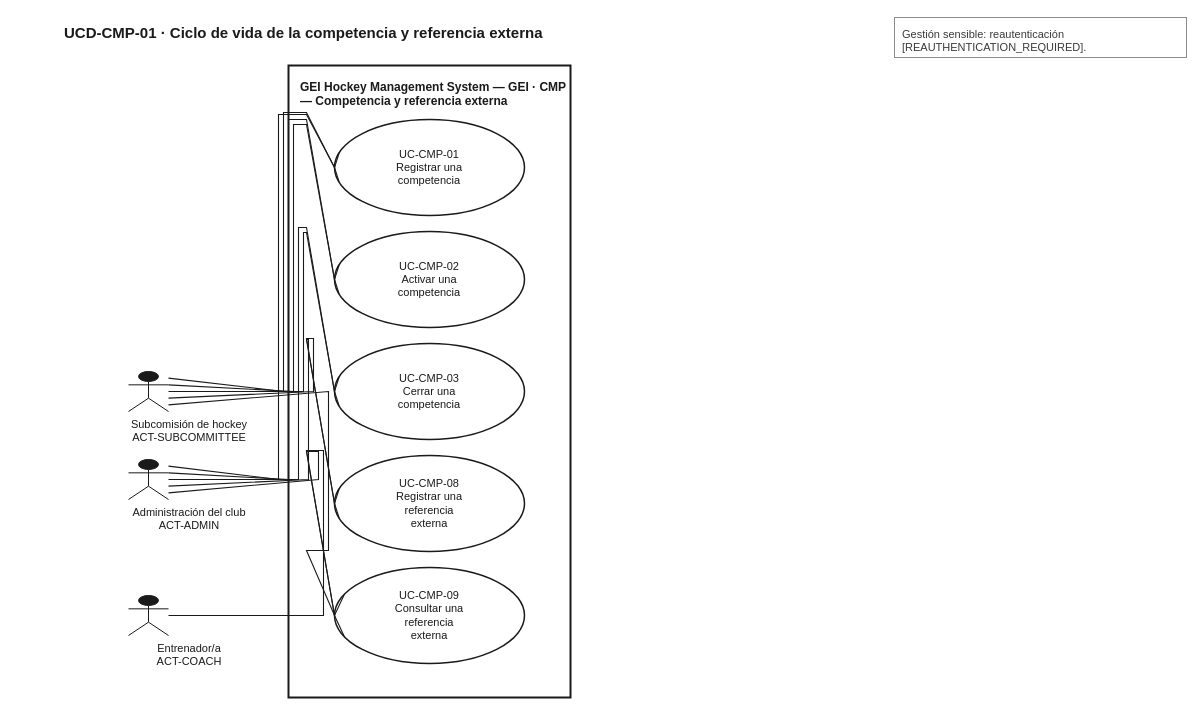
The draw.io diagram docs/uml/use-cases/source-v1_1/UCD-CMP-01__GEI_Competition_Lifecycle.drawio in xeyroxpagode/Cluber, before the edit. Source tidied: cells renumbered, new cells numbered last; positions are measured from the earlier drawing's top-left corner, leaving out a move shared by most shapes. Both pictures are drawn from the tidied source at 100%, with x=0, y=0 at pixel (62, 17).
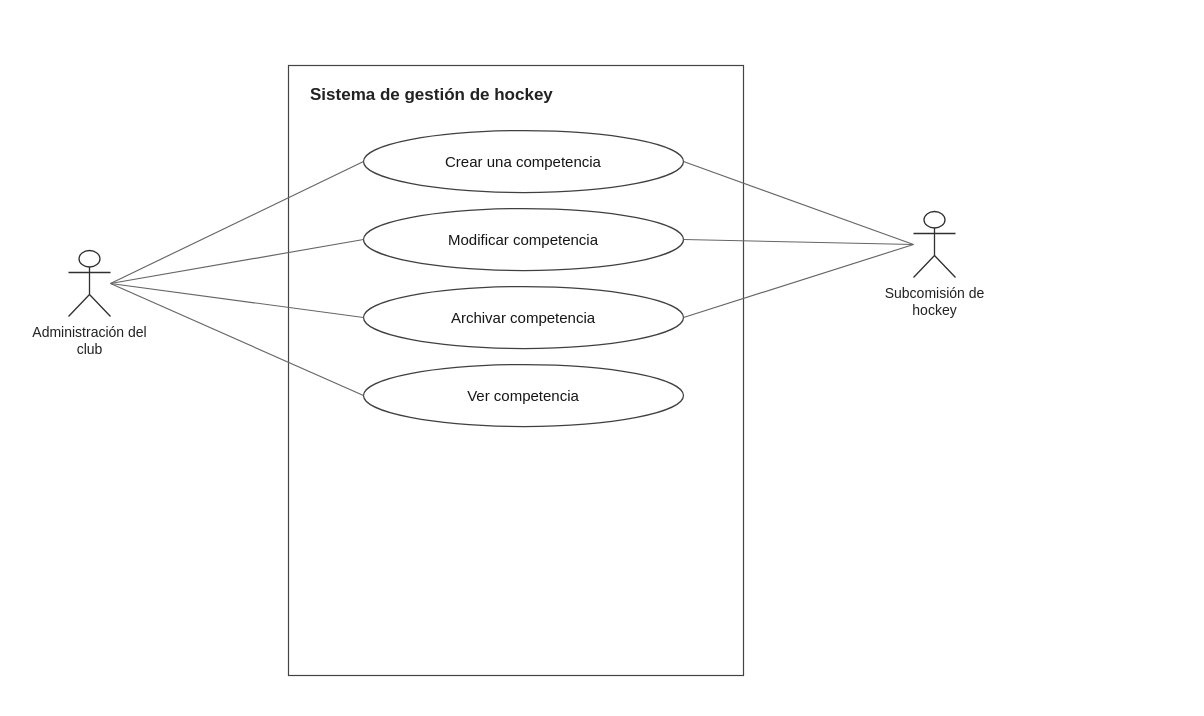
After the change.

What changed in the source:
```diff
@@
-<mxGraphModel>
+<mxGraphModel background="#FFFFFF">
@@
-    <mxCell id="2" value="UCD-CMP-01 · Ciclo de vida de la competencia y referencia externa" style="text;html=1;strokeColor=none;fillColor=none;align=left;verticalAlign=middle;fontFamily=Helvetica;fontSize=15;fontStyle=1;fontColor=#1A1A1A;" parent="1" vertex="1">
-      <mxGeometry y="2" width="800" height="26" as="geometry" />
-    </mxCell>
-    <mxCell id="3" value="GEI Hockey Management System — GEI · CMP — Competencia y referencia externa" style="rounded=0;whiteSpace=wrap;html=1;fillColor=#FFFFFF;strokeColor=#1A1A1A;strokeWidth=2;verticalAlign=top;align=left;spacingLeft=10;spacingTop=8;fontFamily=Helvetica;fontSize=12;fontStyle=1;fontColor=#1A1A1A;" parent="1" vertex="1">
-      <mxGeometry x="226" y="48" width="282" height="632" as="geometry" />
+    <mxCell id="3" value="Sistema de gestión de hockey" style="rounded=0;whiteSpace=wrap;html=1;fillColor=#FFFFFF;strokeColor=#444444;strokeWidth=1.2;fontStyle=1;fontSize=17;fontColor=#222222;align=left;verticalAlign=top;spacingLeft=20;spacingTop=13;" parent="1" vertex="1">
+      <mxGeometry x="226" y="48" width="455" height="610" as="geometry" />
     </mxCell>
-    <mxCell id="4" value="UC-CMP-01&lt;br&gt;Registrar una&lt;br&gt;competencia" style="ellipse;whiteSpace=wrap;html=1;fillColor=#FFFFFF;strokeColor=#1A1A1A;strokeWidth=1.5;fontFamily=Helvetica;fontSize=11;fontColor=#1A1A1A;align=center;verticalAlign=middle;" parent="1" vertex="1">
-      <mxGeometry x="272" y="102" width="190" height="96" as="geometry" />
-    </mxCell>
-    <mxCell id="5" value="UC-CMP-02&lt;br&gt;Activar una&lt;br&gt;competencia" style="ellipse;whiteSpace=wrap;html=1;fillColor=#FFFFFF;strokeColor=#1A1A1A;strokeWidth=1.5;fontFamily=Helvetica;fontSize=11;fontColor=#1A1A1A;align=center;verticalAlign=middle;" parent="1" vertex="1">
-      <mxGeometry x="272" y="214" width="190" height="96" as="geometry" />
-    </mxCell>
-    <mxCell id="6" value="UC-CMP-03&lt;br&gt;Cerrar una&lt;br&gt;competencia" style="ellipse;whiteSpace=wrap;html=1;fillColor=#FFFFFF;strokeColor=#1A1A1A;strokeWidth=1.5;fontFamily=Helvetica;fontSize=11;fontColor=#1A1A1A;align=center;verticalAlign=middle;" parent="1" vertex="1">
-      <mxGeometry x="272" y="326" width="190" height="96" as="geometry" />
-    </mxCell>
-    <mxCell id="7" value="UC-CMP-08&lt;br&gt;Registrar una&lt;br&gt;referencia&lt;br&gt;externa" style="ellipse;whiteSpace=wrap;html=1;fillColor=#FFFFFF;strokeColor=#1A1A1A;strokeWidth=1.5;fontFamily=Helvetica;fontSize=11;fontColor=#1A1A1A;align=center;verticalAlign=middle;" parent="1" vertex="1">
-      <mxGeometry x="272" y="438" width="190" height="96" as="geometry" />
-    </mxCell>
-    <mxCell id="8" value="UC-CMP-09&lt;br&gt;Consultar una&lt;br&gt;referencia&lt;br&gt;externa" style="ellipse;whiteSpace=wrap;html=1;fillColor=#FFFFFF;strokeColor=#1A1A1A;strokeWidth=1.5;fontFamily=Helvetica;fontSize=11;fontColor=#1A1A1A;align=center;verticalAlign=middle;" parent="1" vertex="1">
-      <mxGeometry x="272" y="550" width="190" height="96" as="geometry" />
-    </mxCell>
-    <mxCell id="9" style="shape=umlActor;html=1;verticalLabelPosition=bottom;verticalAlign=top;align=center;labelBackgroundColor=#FFFFFF;fontFamily=Helvetica;fontSize=11;fontColor=#1A1A1A;strokeColor=#1A1A1A;fillColor=#1A1A1A;" parent="1" vertex="1">
-      <mxGeometry x="66" y="354" width="40" height="40" as="geometry" />
-    </mxCell>
-    <mxCell id="10" value="Subcomisión de hockey&lt;br&gt;ACT-SUBCOMMITTEE" style="text;html=1;strokeColor=none;fillColor=none;align=center;verticalAlign=top;fontFamily=Helvetica;fontSize=11;fontColor=#1A1A1A;whiteSpace=wrap;" parent="1" vertex="1">
-      <mxGeometry x="42" y="394" width="170" height="28" as="geometry" />
-    </mxCell>
-    <mxCell id="11" style="shape=umlActor;html=1;verticalLabelPosition=bottom;verticalAlign=top;align=center;labelBackgroundColor=#FFFFFF;fontFamily=Helvetica;fontSize=11;fontColor=#1A1A1A;strokeColor=#1A1A1A;fillColor=#1A1A1A;" parent="1" vertex="1">
-      <mxGeometry x="66" y="442" width="40" height="40" as="geometry" />
-    </mxCell>
-    <mxCell id="12" value="Administración del club&lt;br&gt;ACT-ADMIN" style="text;html=1;strokeColor=none;fillColor=none;align=center;verticalAlign=top;fontFamily=Helvetica;fontSize=11;fontColor=#1A1A1A;whiteSpace=wrap;" parent="1" vertex="1">
-      <mxGeometry x="42" y="482" width="170" height="28" as="geometry" />
-    </mxCell>
-    <mxCell id="13" style="shape=umlActor;html=1;verticalLabelPosition=bottom;verticalAlign=top;align=center;labelBackgroundColor=#FFFFFF;fontFamily=Helvetica;fontSize=11;fontColor=#1A1A1A;strokeColor=#1A1A1A;fillColor=#1A1A1A;" parent="1" vertex="1">
-      <mxGeometry x="66" y="578" width="40" height="40" as="geometry" />
-    </mxCell>
-    <mxCell id="14" value="Entrenador/a&lt;br&gt;ACT-COACH" style="text;html=1;strokeColor=none;fillColor=none;align=center;verticalAlign=top;fontFamily=Helvetica;fontSize=11;fontColor=#1A1A1A;whiteSpace=wrap;" parent="1" vertex="1">
-      <mxGeometry x="42" y="618" width="170" height="28" as="geometry" />
-    </mxCell>
-    <mxCell id="15" value="Gestión sensible: reautenticación&lt;br&gt;[REAUTHENTICATION_REQUIRED]." style="rounded=0;whiteSpace=wrap;html=1;fillColor=#FFFFFF;strokeColor=#8C8C8C;strokeWidth=1;align=left;verticalAlign=top;spacingLeft=6;spacingTop=4;fontFamily=Helvetica;fontSize=11;fontColor=#3A3A3A;" parent="1" vertex="1">
-      <mxGeometry x="832" width="292" height="40" as="geometry" />
-    </mxCell>
-    <mxCell id="16" style="endArrow=none;html=1;rounded=0;strokeColor=#1A1A1A;strokeWidth=1.1;exitX=1;exitY=0.16666666666666666;exitDx=0;exitDy=0;entryX=0;entryY=0.6666666666666666;entryDx=0;entryDy=0;" parent="1" edge="1" source="11" target="4">
-      <mxGeometry relative="1" as="geometry">
-        <Array as="points">
-          <mxPoint x="216" y="462" />
-          <mxPoint x="216" y="97" />
-          <mxPoint x="244" y="97" />
-          <mxPoint x="272" y="150" />
-        </Array>
-      </mxGeometry>
-    </mxCell>
-    <mxCell id="17" style="endArrow=none;html=1;rounded=0;strokeColor=#1A1A1A;strokeWidth=1.1;exitX=1;exitY=0.16666666666666666;exitDx=0;exitDy=0;entryX=0;entryY=0.3333333333333333;entryDx=0;entryDy=0;" parent="1" edge="1" source="9" target="4">
-      <mxGeometry relative="1" as="geometry">
-        <Array as="points">
-          <mxPoint x="221" y="374" />
-          <mxPoint x="221" y="95" />
-          <mxPoint x="244" y="95" />
-          <mxPoint x="272" y="150" />
-        </Array>
-      </mxGeometry>
-    </mxCell>
-    <mxCell id="18" style="endArrow=none;html=1;rounded=0;strokeColor=#1A1A1A;strokeWidth=1.1;exitX=1;exitY=0.3333333333333333;exitDx=0;exitDy=0;entryX=0;entryY=0.6666666666666666;entryDx=0;entryDy=0;" parent="1" edge="1" source="11" target="5">
-      <mxGeometry relative="1" as="geometry">
-        <Array as="points">
-          <mxPoint x="226" y="462" />
-          <mxPoint x="226" y="102" />
-          <mxPoint x="244" y="102" />
-          <mxPoint x="272" y="262" />
-        </Array>
-      </mxGeometry>
-    </mxCell>
-    <mxCell id="19" style="endArrow=none;html=1;rounded=0;strokeColor=#1A1A1A;strokeWidth=1.1;exitX=1;exitY=0.3333333333333333;exitDx=0;exitDy=0;entryX=0;entryY=0.3333333333333333;entryDx=0;entryDy=0;" parent="1" edge="1" source="9" target="5">
-      <mxGeometry relative="1" as="geometry">
-        <Array as="points">
-          <mxPoint x="231" y="374" />
-          <mxPoint x="231" y="107" />
-          <mxPoint x="244" y="107" />
-          <mxPoint x="272" y="262" />
-        </Array>
-      </mxGeometry>
-    </mxCell>
-    <mxCell id="20" style="endArrow=none;html=1;rounded=0;strokeColor=#1A1A1A;strokeWidth=1.1;exitX=1;exitY=0.5;exitDx=0;exitDy=0;entryX=0;entryY=0.6666666666666666;entryDx=0;entryDy=0;" parent="1" edge="1" source="11" target="6">
-      <mxGeometry relative="1" as="geometry">
-        <Array as="points">
-          <mxPoint x="236" y="462" />
-          <mxPoint x="236" y="210" />
-          <mxPoint x="244" y="210" />
-          <mxPoint x="272" y="374" />
-        </Array>
-      </mxGeometry>
-    </mxCell>
-    <mxCell id="21" style="endArrow=none;html=1;rounded=0;strokeColor=#1A1A1A;strokeWidth=1.1;exitX=1;exitY=0.5;exitDx=0;exitDy=0;entryX=0;entryY=0.3333333333333333;entryDx=0;entryDy=0;" parent="1" edge="1" source="9" target="6">
-      <mxGeometry relative="1" as="geometry">
-        <Array as="points">
-          <mxPoint x="241" y="374" />
-          <mxPoint x="241" y="215" />
-          <mxPoint x="244" y="215" />
-          <mxPoint x="272" y="374" />
-        </Array>
-      </mxGeometry>
-    </mxCell>
-    <mxCell id="22" style="endArrow=none;html=1;rounded=0;strokeColor=#1A1A1A;strokeWidth=1.1;exitX=1;exitY=0.6666666666666666;exitDx=0;exitDy=0;entryX=0;entryY=0.6666666666666666;entryDx=0;entryDy=0;" parent="1" edge="1" source="11" target="7">
-      <mxGeometry relative="1" as="geometry">
-        <Array as="points">
-          <mxPoint x="246" y="462" />
-          <mxPoint x="246" y="322" />
-          <mxPoint x="244" y="322" />
-          <mxPoint x="272" y="486" />
-        </Array>
-      </mxGeometry>
-    </mxCell>
-    <mxCell id="23" style="endArrow=none;html=1;rounded=0;strokeColor=#1A1A1A;strokeWidth=1.1;exitX=1;exitY=0.6666666666666666;exitDx=0;exitDy=0;entryX=0;entryY=0.3333333333333333;entryDx=0;entryDy=0;" parent="1" edge="1" source="9" target="7">
-      <mxGeometry relative="1" as="geometry">
-        <Array as="points">
-          <mxPoint x="251" y="374" />
-          <mxPoint x="251" y="321" />
-          <mxPoint x="244" y="321" />
-          <mxPoint x="272" y="486" />
-        </Array>
-      </mxGeometry>
-    </mxCell>
-    <mxCell id="24" style="endArrow=none;html=1;rounded=0;strokeColor=#1A1A1A;strokeWidth=1.1;exitX=1;exitY=0.8333333333333334;exitDx=0;exitDy=0;entryX=0;entryY=0.5;entryDx=0;entryDy=0;" parent="1" edge="1" source="11" target="8">
-      <mxGeometry relative="1" as="geometry">
-        <Array as="points">
-          <mxPoint x="256" y="462" />
-          <mxPoint x="256" y="434" />
-          <mxPoint x="244" y="434" />
-          <mxPoint x="272" y="598" />
-        </Array>
-      </mxGeometry>
-    </mxCell>
-    <mxCell id="25" style="endArrow=none;html=1;rounded=0;strokeColor=#1A1A1A;strokeWidth=1.1;exitX=1;exitY=0.5;exitDx=0;exitDy=0;entryX=0;entryY=0.75;entryDx=0;entryDy=0;" parent="1" edge="1" source="13" target="8">
-      <mxGeometry relative="1" as="geometry">
-        <Array as="points">
-          <mxPoint x="261" y="598" />
-          <mxPoint x="261" y="433" />
-          <mxPoint x="244" y="433" />
-          <mxPoint x="272" y="598" />
-        </Array>
-      </mxGeometry>
-    </mxCell>
-    <mxCell id="26" style="endArrow=none;html=1;rounded=0;strokeColor=#1A1A1A;strokeWidth=1.1;exitX=1;exitY=0.8333333333333334;exitDx=0;exitDy=0;entryX=0;entryY=0.25;entryDx=0;entryDy=0;" parent="1" edge="1" source="9" target="8">
-      <mxGeometry relative="1" as="geometry">
-        <Array as="points">
-          <mxPoint x="266" y="374" />
-          <mxPoint x="266" y="533" />
-          <mxPoint x="244" y="533" />
-          <mxPoint x="272" y="598" />
-        </Array>
-      </mxGeometry>
-    </mxCell>
+    <mxCell id="27" value="Crear una competencia" style="ellipse;html=1;whiteSpace=wrap;fillColor=#FFFFFF;strokeColor=#404040;strokeWidth=1.25;fontColor=#161616;fontSize=15;align=center;verticalAlign=middle;spacing=10;" parent="1" vertex="1">
+      <mxGeometry x="301" y="113" width="320" height="62" as="geometry" />
+    </mxCell>
+    <mxCell id="28" value="Modificar competencia" style="ellipse;html=1;whiteSpace=wrap;fillColor=#FFFFFF;strokeColor=#404040;strokeWidth=1.25;fontColor=#161616;fontSize=15;align=center;verticalAlign=middle;spacing=10;" parent="1" vertex="1">
+      <mxGeometry x="301" y="191" width="320" height="62" as="geometry" />
+    </mxCell>
+    <mxCell id="29" value="Archivar competencia" style="ellipse;html=1;whiteSpace=wrap;fillColor=#FFFFFF;strokeColor=#404040;strokeWidth=1.25;fontColor=#161616;fontSize=15;align=center;verticalAlign=middle;spacing=10;" parent="1" vertex="1">
+      <mxGeometry x="301" y="269" width="320" height="62" as="geometry" />
+    </mxCell>
+    <mxCell id="30" value="Ver competencia" style="ellipse;html=1;whiteSpace=wrap;fillColor=#FFFFFF;strokeColor=#404040;strokeWidth=1.25;fontColor=#161616;fontSize=15;align=center;verticalAlign=middle;spacing=10;" parent="1" vertex="1">
+      <mxGeometry x="301" y="347" width="320" height="62" as="geometry" />
+    </mxCell>
+    <mxCell id="31" style="shape=umlActor;html=1;strokeColor=#303030;strokeWidth=1.3;fillColor=#FFFFFF;" parent="1" vertex="1">
+      <mxGeometry x="6" y="233" width="42" height="66" as="geometry" />
+    </mxCell>
+    <mxCell id="32" value="Administración del club" style="text;html=1;whiteSpace=wrap;align=center;verticalAlign=top;fontSize=14;fontColor=#222222;fillColor=none;strokeColor=none;" parent="1" vertex="1">
+      <mxGeometry x="-45" y="300" width="145" height="44" as="geometry" />
+    </mxCell>
+    <mxCell id="33" style="shape=umlActor;html=1;strokeColor=#303030;strokeWidth=1.3;fillColor=#FFFFFF;" parent="1" vertex="1">
+      <mxGeometry x="851" y="194" width="42" height="66" as="geometry" />
+    </mxCell>
+    <mxCell id="34" value="Subcomisión de hockey" style="text;html=1;whiteSpace=wrap;align=center;verticalAlign=top;fontSize=14;fontColor=#222222;fillColor=none;strokeColor=none;" parent="1" vertex="1">
+      <mxGeometry x="800" y="261" width="145" height="44" as="geometry" />
+    </mxCell>
+    <mxCell id="35" style="endArrow=none;startArrow=none;html=1;strokeColor=#666666;strokeWidth=1.15;rounded=0;edgeStyle=none;exitX=1;exitY=0.5;entryX=0;entryY=0.5;" parent="1" edge="1" source="31" target="27">
+      <mxGeometry relative="1" as="geometry" />
+    </mxCell>
+    <mxCell id="36" style="endArrow=none;startArrow=none;html=1;strokeColor=#666666;strokeWidth=1.15;rounded=0;edgeStyle=none;exitX=1;exitY=0.5;entryX=0;entryY=0.5;" parent="1" edge="1" source="31" target="28">
+      <mxGeometry relative="1" as="geometry" />
+    </mxCell>
+    <mxCell id="37" style="endArrow=none;startArrow=none;html=1;strokeColor=#666666;strokeWidth=1.15;rounded=0;edgeStyle=none;exitX=1;exitY=0.5;entryX=0;entryY=0.5;" parent="1" edge="1" source="31" target="29">
+      <mxGeometry relative="1" as="geometry" />
+    </mxCell>
+    <mxCell id="38" style="endArrow=none;startArrow=none;html=1;strokeColor=#666666;strokeWidth=1.15;rounded=0;edgeStyle=none;exitX=1;exitY=0.5;entryX=0;entryY=0.5;" parent="1" edge="1" source="31" target="30">
+      <mxGeometry relative="1" as="geometry" />
+    </mxCell>
+    <mxCell id="39" style="endArrow=none;startArrow=none;html=1;strokeColor=#666666;strokeWidth=1.15;rounded=0;edgeStyle=none;exitX=0;exitY=0.5;entryX=1;entryY=0.5;" parent="1" edge="1" source="33" target="27">
+      <mxGeometry relative="1" as="geometry" />
+    </mxCell>
+    <mxCell id="40" style="endArrow=none;startArrow=none;html=1;strokeColor=#666666;strokeWidth=1.15;rounded=0;edgeStyle=none;exitX=0;exitY=0.5;entryX=1;entryY=0.5;" parent="1" edge="1" source="33" target="28">
+      <mxGeometry relative="1" as="geometry" />
+    </mxCell>
+    <mxCell id="41" style="endArrow=none;startArrow=none;html=1;strokeColor=#666666;strokeWidth=1.15;rounded=0;edgeStyle=none;exitX=0;exitY=0.5;entryX=1;entryY=0.5;" parent="1" edge="1" source="33" target="29">
+      <mxGeometry relative="1" as="geometry" />
+    </mxCell>
```
